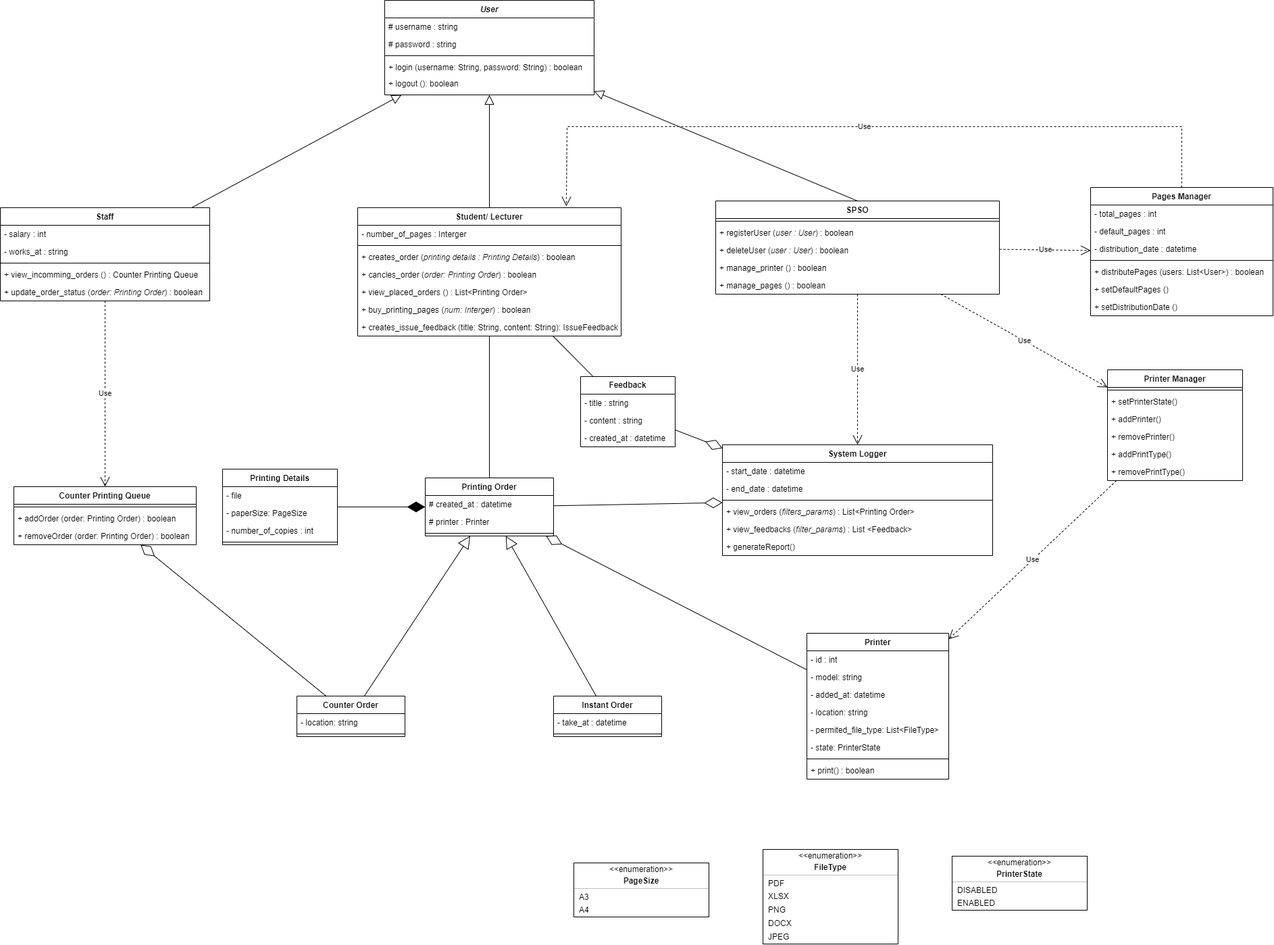
The draw.io diagram spss-class-diagram.drawio.png in blueonline07/auth-demo, before a commit. Source tidied: cells renumbered, new cells last; positions are measured from the earlier drawing's top-left corner, leaving out a move shared by most shapes.
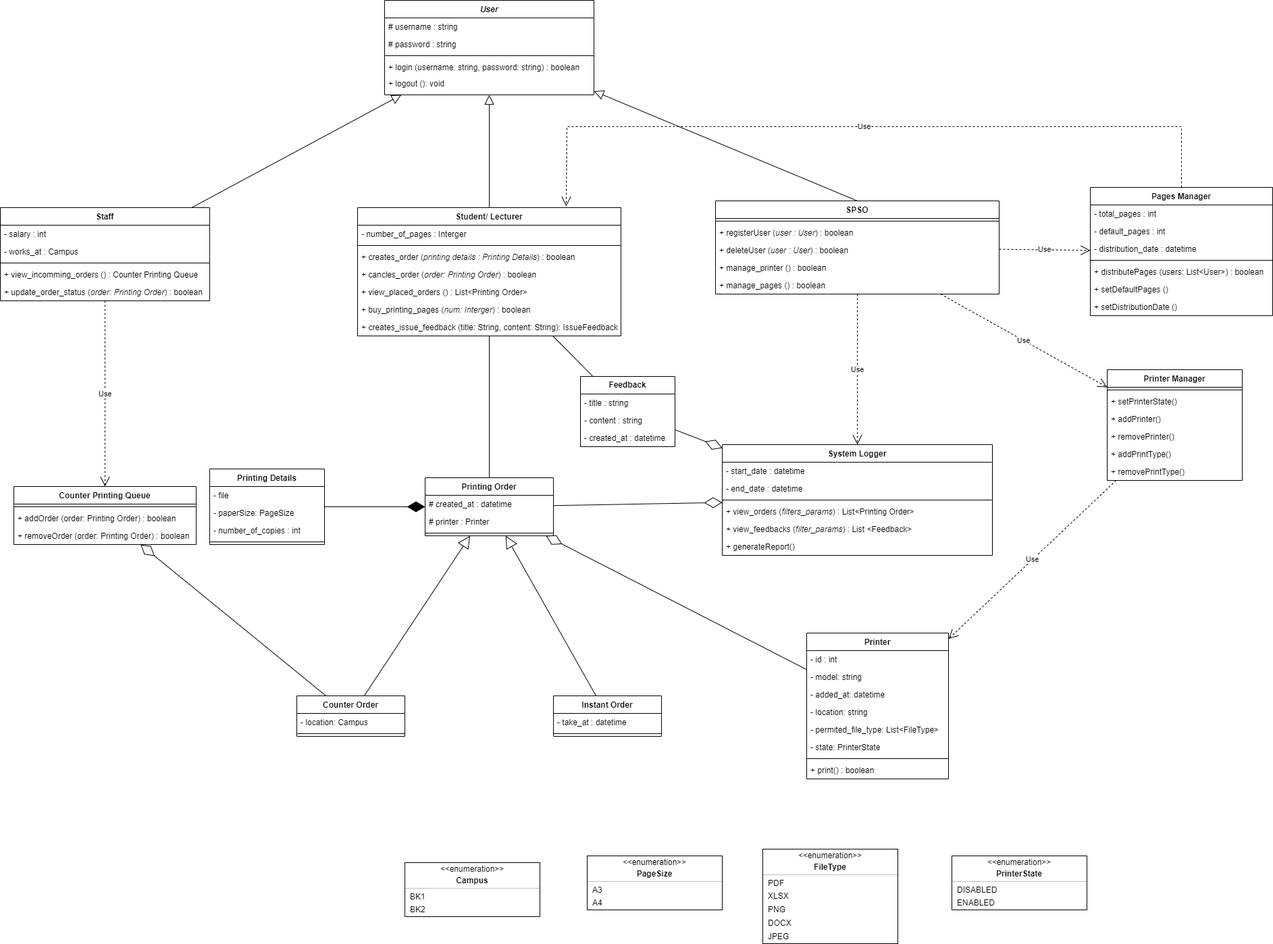
Above is the later version.

Commit message:
Cập nhật spss-class-diagram.drawio.png

The edit, as a diff of the source:
```diff
@@ -14,10 +14,10 @@
     <mxCell id="5" style="line;html=1;strokeWidth=1;align=left;verticalAlign=middle;spacingTop=-1;spacingLeft=3;spacingRight=3;labelPosition=right;" parent="2" vertex="1">
       <mxGeometry y="78" width="310" height="8" as="geometry" />
     </mxCell>
-    <mxCell id="6" value="+ login (username: String, password: String) : boolean" style="text;strokeColor=none;fillColor=none;align=left;verticalAlign=top;spacingLeft=4;spacingRight=4;overflow=hidden;whiteSpace=wrap;html=1;" parent="2" vertex="1">
+    <mxCell id="6" value="+ login (username: string, password: string) : boolean" style="text;strokeColor=none;fillColor=none;align=left;verticalAlign=top;spacingLeft=4;spacingRight=4;overflow=hidden;whiteSpace=wrap;html=1;" parent="2" vertex="1">
       <mxGeometry y="86" width="310" height="24" as="geometry" />
     </mxCell>
-    <mxCell id="7" value="+ logout (): boolean" style="text;strokeColor=none;fillColor=none;align=left;verticalAlign=top;spacingLeft=4;spacingRight=4;overflow=hidden;whiteSpace=wrap;html=1;" parent="2" vertex="1">
+    <mxCell id="7" value="+ logout (): void" style="text;strokeColor=none;fillColor=none;align=left;verticalAlign=top;spacingLeft=4;spacingRight=4;overflow=hidden;whiteSpace=wrap;html=1;" parent="2" vertex="1">
       <mxGeometry y="110" width="310" height="20" as="geometry" />
     </mxCell>
     <mxCell id="8" value="Student/ Lecturer" style="swimlane;fontStyle=1;align=center;verticalAlign=top;horizontal=1;startSize=26;rounded=0;shadow=0;strokeWidth=1;" parent="1" vertex="1">
@@ -50,7 +50,7 @@
     <mxCell id="17" value="- salary : int" style="text;align=left;verticalAlign=top;spacingLeft=4;spacingRight=4;overflow=hidden;" parent="16" vertex="1">
       <mxGeometry y="26" width="310" height="26" as="geometry" />
     </mxCell>
-    <mxCell id="18" value="- works_at : string" style="text;align=left;verticalAlign=top;spacingLeft=4;spacingRight=4;overflow=hidden;" parent="16" vertex="1">
+    <mxCell id="18" value="- works_at : Campus" style="text;align=left;verticalAlign=top;spacingLeft=4;spacingRight=4;overflow=hidden;" parent="16" vertex="1">
       <mxGeometry y="52" width="310" height="26" as="geometry" />
     </mxCell>
     <mxCell id="19" style="line;html=1;strokeWidth=1;align=left;verticalAlign=middle;spacingTop=-1;spacingLeft=3;spacingRight=3;labelPosition=right;" parent="16" vertex="1">
@@ -269,7 +269,7 @@
     <mxCell id="90" value="Counter Order" style="swimlane;fontStyle=1;align=center;verticalAlign=top;horizontal=1;startSize=26;whiteSpace=wrap;html=1;" parent="1" vertex="1">
       <mxGeometry x="439" y="1030" width="160" height="60" as="geometry" />
     </mxCell>
-    <mxCell id="91" value="- location: string" style="text;strokeColor=none;fillColor=none;align=left;verticalAlign=top;spacingLeft=4;spacingRight=4;overflow=hidden;whiteSpace=wrap;html=1;" parent="90" vertex="1">
+    <mxCell id="91" value="- location: Campus" style="text;strokeColor=none;fillColor=none;align=left;verticalAlign=top;spacingLeft=4;spacingRight=4;overflow=hidden;whiteSpace=wrap;html=1;" parent="90" vertex="1">
       <mxGeometry y="26" width="160" height="26" as="geometry" />
     </mxCell>
     <mxCell id="92" style="line;strokeWidth=1;fillColor=none;align=left;verticalAlign=middle;spacingTop=-1;spacingLeft=3;spacingRight=3;labelPosition=right;strokeColor=inherit;" parent="90" vertex="1">
@@ -300,7 +300,7 @@
       <mxGeometry relative="1" as="geometry" />
     </mxCell>
     <mxCell id="101" value="Printing Details" style="swimlane;fontStyle=1;align=center;verticalAlign=top;horizontal=1;startSize=26;whiteSpace=wrap;html=1;" parent="1" vertex="1">
-      <mxGeometry x="329" y="694" width="170" height="112" as="geometry" />
+      <mxGeometry x="310" y="694" width="170" height="112" as="geometry" />
     </mxCell>
     <mxCell id="102" value="- file" style="text;strokeColor=none;fillColor=none;align=left;verticalAlign=top;spacingLeft=4;spacingRight=4;overflow=hidden;whiteSpace=wrap;html=1;" parent="101" vertex="1">
       <mxGeometry y="26" width="170" height="26" as="geometry" />
@@ -336,7 +336,7 @@
       <mxGeometry relative="1" as="geometry" />
     </mxCell>
     <mxCell id="113" style="fontStyle=1;align=center;verticalAlign=middle;horizontal=1;" parent="1" vertex="1">
-      <mxGeometry x="849" y="1277" width="200" height="80" as="geometry" />
+      <mxGeometry x="869" y="1267" width="200" height="80" as="geometry" />
     </mxCell>
     <mxCell id="114" value="&amp;lt;&amp;lt;enumeration&amp;gt;&amp;gt;" style="html=1;align=center;spacing=0;verticalAlign=middle;strokeColor=none;fillColor=none;whiteSpace=wrap;" parent="113" vertex="1">
       <mxGeometry width="200" height="20" as="geometry" />
@@ -364,5 +364,23 @@
     <mxCell id="120" value="Use" style="endArrow=open;endSize=12;dashed=1;html=1;rounded=0;" parent="1" edge="1" source="68" target="28">
       <mxGeometry relative="1" as="geometry" />
     </mxCell>
+    <mxCell id="121" style="fontStyle=1;align=center;verticalAlign=middle;horizontal=1;" parent="1" vertex="1">
+      <mxGeometry x="599" y="1277" width="200" height="80" as="geometry" />
+    </mxCell>
+    <mxCell id="122" value="&amp;lt;&amp;lt;enumeration&amp;gt;&amp;gt;" style="html=1;align=center;spacing=0;verticalAlign=middle;strokeColor=none;fillColor=none;whiteSpace=wrap;" parent="121" vertex="1">
+      <mxGeometry width="200" height="20" as="geometry" />
+    </mxCell>
+    <mxCell id="123" value="Campus" style="html=1;align=center;spacing=0;verticalAlign=middle;strokeColor=none;fillColor=none;whiteSpace=wrap;fontStyle=1;" parent="121" vertex="1">
+      <mxGeometry y="20" width="200" height="14" as="geometry" />
+    </mxCell>
+    <mxCell id="124" style="line;strokeWidth=0.25;fillColor=none;align=left;verticalAlign=middle;spacingTop=-1;spacingLeft=3;spacingRight=3;labelPosition=right;" parent="121" vertex="1">
+      <mxGeometry y="34" width="200" height="8" as="geometry" />
+    </mxCell>
+    <mxCell id="125" value="BK1" style="html=1;align=left;spacing=0;spacingLeft=8;verticalAlign=middle;strokeColor=none;fillColor=none;whiteSpace=wrap;" parent="121" vertex="1">
+      <mxGeometry y="42" width="200" height="18" as="geometry" />
+    </mxCell>
+    <mxCell id="126" value="BK2" style="html=1;align=left;spacing=0;spacingLeft=8;verticalAlign=middle;strokeColor=none;fillColor=none;whiteSpace=wrap;" parent="121" vertex="1">
+      <mxGeometry y="60" width="200" height="20" as="geometry" />
+    </mxCell>
   </root>
 </mxGraphModel>
```
